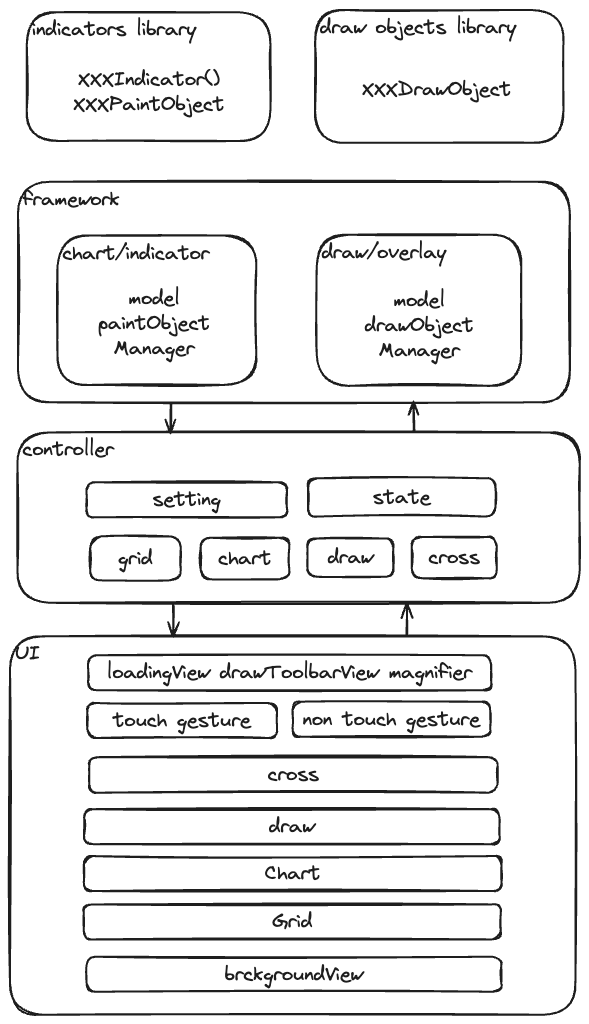
Before: doc/archiecture.excalidraw.png, a diagram exported from Excalidraw (FlexiKline/FlexiKline). Source tidied: one line per element, renumbered; positions are measured from the earlier drawing's top-left corner, leaving out a move shared by most shapes.
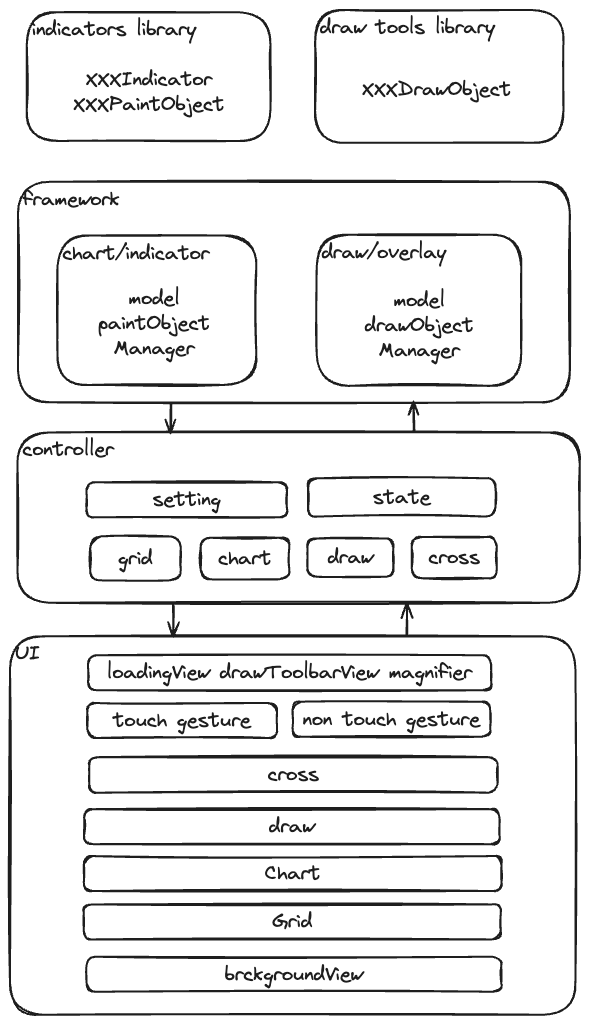
Later version of the same file.

What changed in the source:
```diff
@@ -39,12 +39,12 @@
 {"id": 38, "type": "rectangle", "strokeColor": "#1e1e1e", "strokeWidth": 2, "roughness": 1, "round": true, "x": 17, "y": 2, "width": 244, "height": 129}
 {"id": 39, "type": "text", "text": "indicators library", "strokeColor": "#1e1e1e", "strokeWidth": 2, "roughness": 1, "fontSize": 20, "fontFamily": 1, "inside": 38, "x": 22, "y": 7, "width": 164, "height": 25}
 {"id": 40, "type": "rectangle", "strokeColor": "#1e1e1e", "strokeWidth": 2, "roughness": 1, "round": true, "x": 305, "y": 0, "width": 248, "height": 133}
-{"id": 41, "type": "text", "text": "draw objects library", "strokeColor": "#1e1e1e", "strokeWidth": 2, "roughness": 1, "fontSize": 20, "fontFamily": 1, "inside": 40, "x": 310, "y": 5, "width": 196, "height": 25}
+{"id": 41, "type": "text", "text": "draw tools library", "strokeColor": "#1e1e1e", "strokeWidth": 2, "roughness": 1, "fontSize": 20, "fontFamily": 1, "inside": 40, "x": 310, "y": 5, "width": 175, "height": 25}
 {"id": 42, "type": "text", "text": "model\npaintObject\nManager", "strokeColor": "#1e1e1e", "strokeWidth": 2, "roughness": 1, "fontSize": 20, "fontFamily": 1, "textAlign": "center", "verticalAlign": "middle", "x": 88, "y": 276, "width": 112, "height": 75}
 {"id": 43, "type": "text", "text": "model\ndrawObject\nManager", "strokeColor": "#1e1e1e", "strokeWidth": 2, "roughness": 1, "fontSize": 20, "fontFamily": 1, "textAlign": "center", "verticalAlign": "middle", "x": 355, "y": 278, "width": 109, "height": 75}
 {"id": 44, "type": "arrow", "strokeColor": "#1e1e1e", "strokeWidth": 2, "roughness": 1, "endArrowhead": "arrow", "round": true, "from": 18, "x": 163, "y": 595, "width": 0, "height": 31, "points": [[0, 0], [0, 31]]}
 {"id": 45, "type": "arrow", "strokeColor": "#1e1e1e", "strokeWidth": 2, "roughness": 1, "endArrowhead": "arrow", "round": true, "from": 32, "to": 36, "x": 405, "y": 421, "width": 1, "height": 28, "points": [[0, 0], [-1, -28]]}
 {"id": 46, "type": "arrow", "strokeColor": "#1e1e1e", "strokeWidth": 2, "roughness": 1, "endArrowhead": "arrow", "round": true, "from": 34, "to": 32, "x": 161, "y": 393, "width": 0, "height": 29, "points": [[0, 0], [0, 29]]}
 {"id": 47, "type": "arrow", "strokeColor": "#1e1e1e", "strokeWidth": 2, "roughness": 1, "endArrowhead": "arrow", "round": true, "from": 0, "to": 18, "x": 397, "y": 626, "width": 1, "height": 32, "points": [[0, 0], [1, -32]]}
-{"id": 48, "type": "text", "text": "XXXIndicator()\nXXXPaintObject", "strokeColor": "#1e1e1e", "strokeWidth": 2, "roughness": 1, "fontSize": 20, "fontFamily": 1, "textAlign": "center", "verticalAlign": "middle", "x": 64, "y": 57, "width": 151, "height": 50}
+{"id": 48, "type": "text", "text": "XXXIndicator\nXXXPaintObject", "strokeColor": "#1e1e1e", "strokeWidth": 2, "roughness": 1, "fontSize": 20, "fontFamily": 1, "textAlign": "center", "verticalAlign": "middle", "x": 64, "y": 57, "width": 151, "height": 50}
 {"id": 49, "type": "text", "text": "XXXDrawObject", "strokeColor": "#1e1e1e", "strokeWidth": 2, "roughness": 1, "fontSize": 20, "fontFamily": 1, "textAlign": "center", "verticalAlign": "middle", "x": 352, "y": 67, "width": 149, "height": 25}
```
